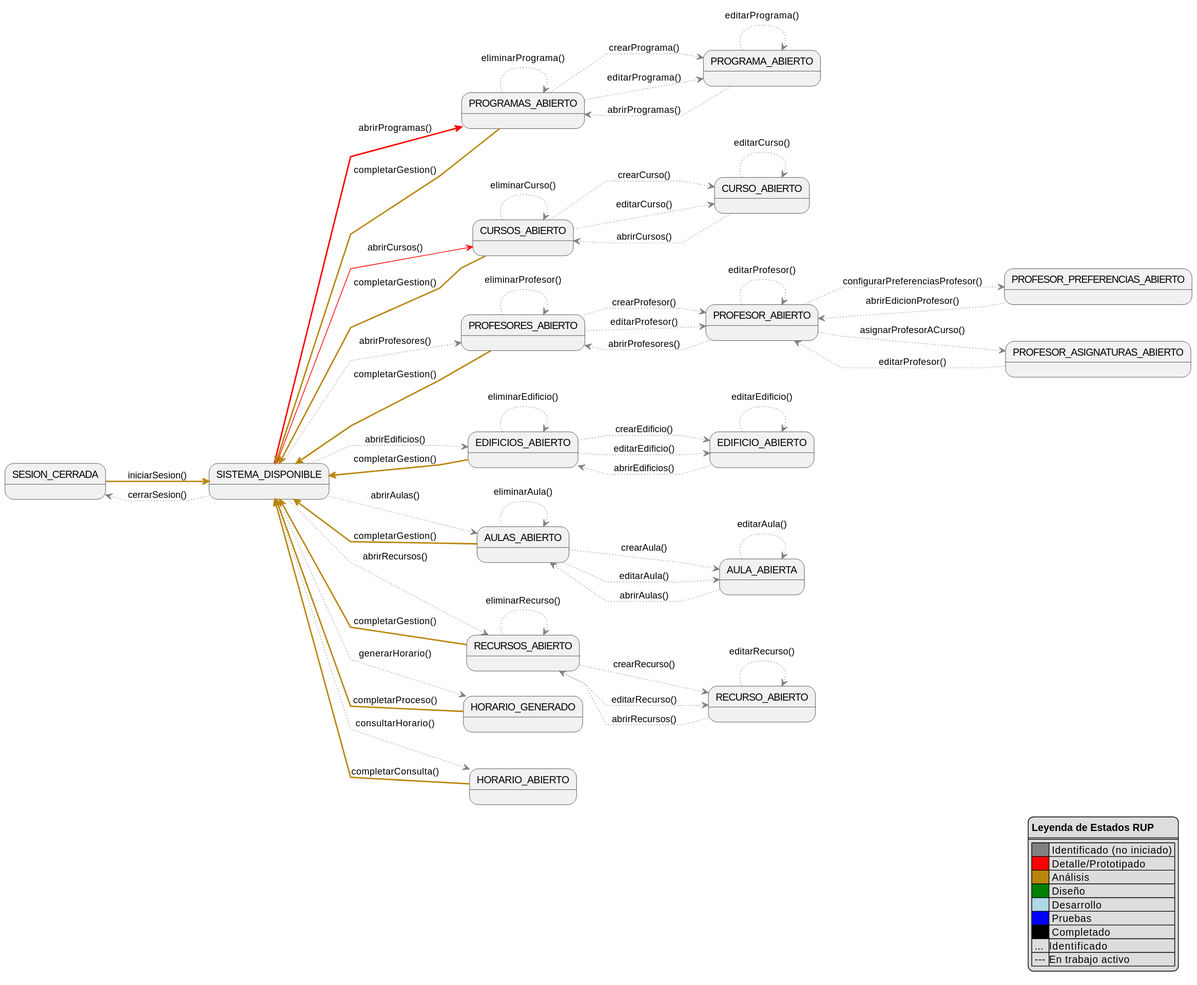
The PlantUML diagram images/RUP/99-seguimiento/diagrama-contexto-administrador.svg in Hexcss/scheduler, before a commit.
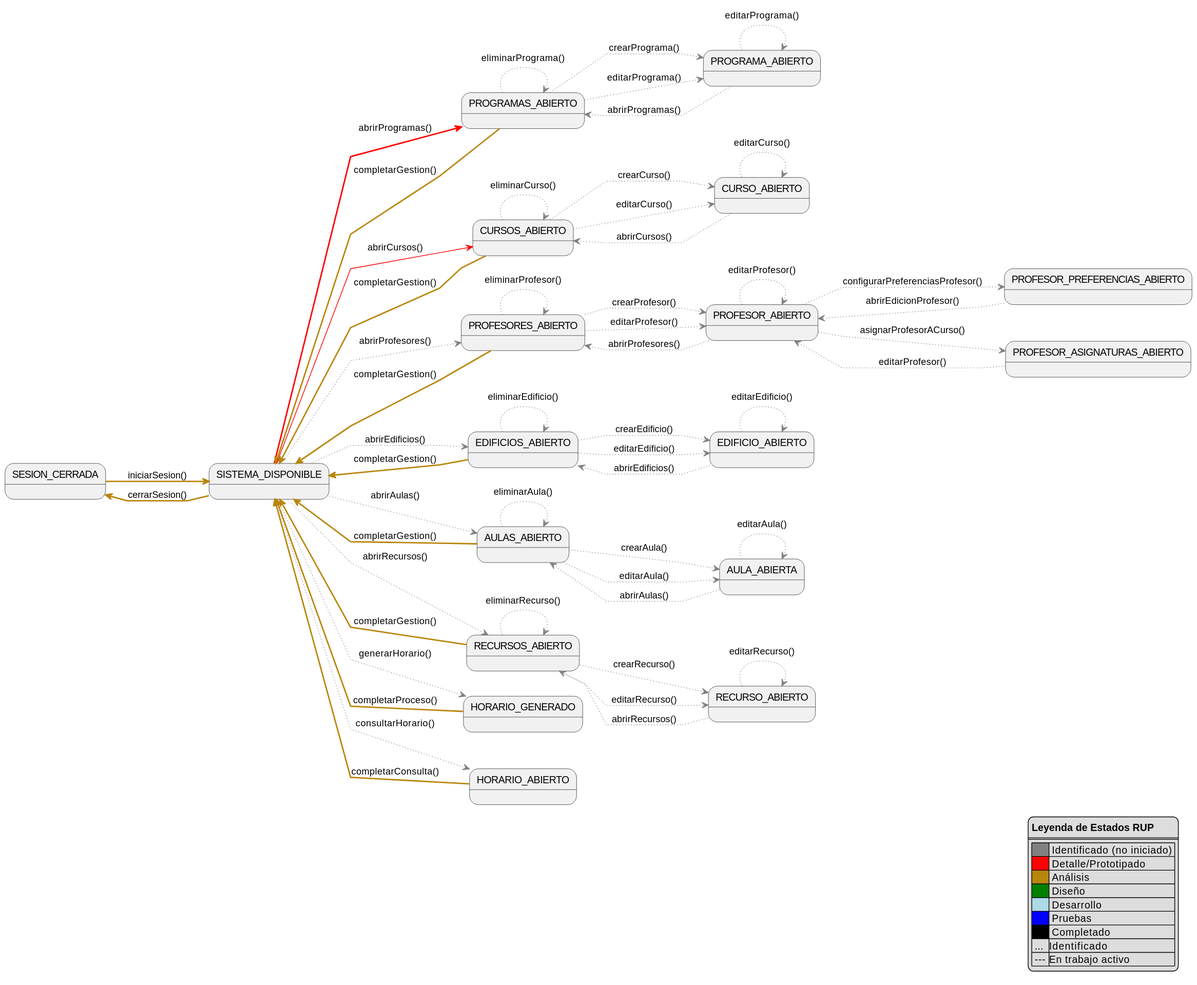
After the change.

Commit message:
docs(readme): agregar detallado, prototipos y análisis del caso de uso cerrarSesion()

The edit, as a diff of the source:
```diff
@@ -39,7 +39,7 @@
 
 NoAuth -[#darkgoldenrod,thickness=2]-> Menu: iniciarSesion()
 
-Menu -[#gray,dotted]-> NoAuth: cerrarSesion()
+Menu -[#darkgoldenrod,thickness=2]-> NoAuth: cerrarSesion()
 Menu -[#red,thickness=2]-> ListProgramas: abrirProgramas()
 Menu -[#red,thickness=1]-> ListCursos: abrirCursos()
 Menu -[#gray,dotted]-> ListProfesores: abrirProfesores()
```
